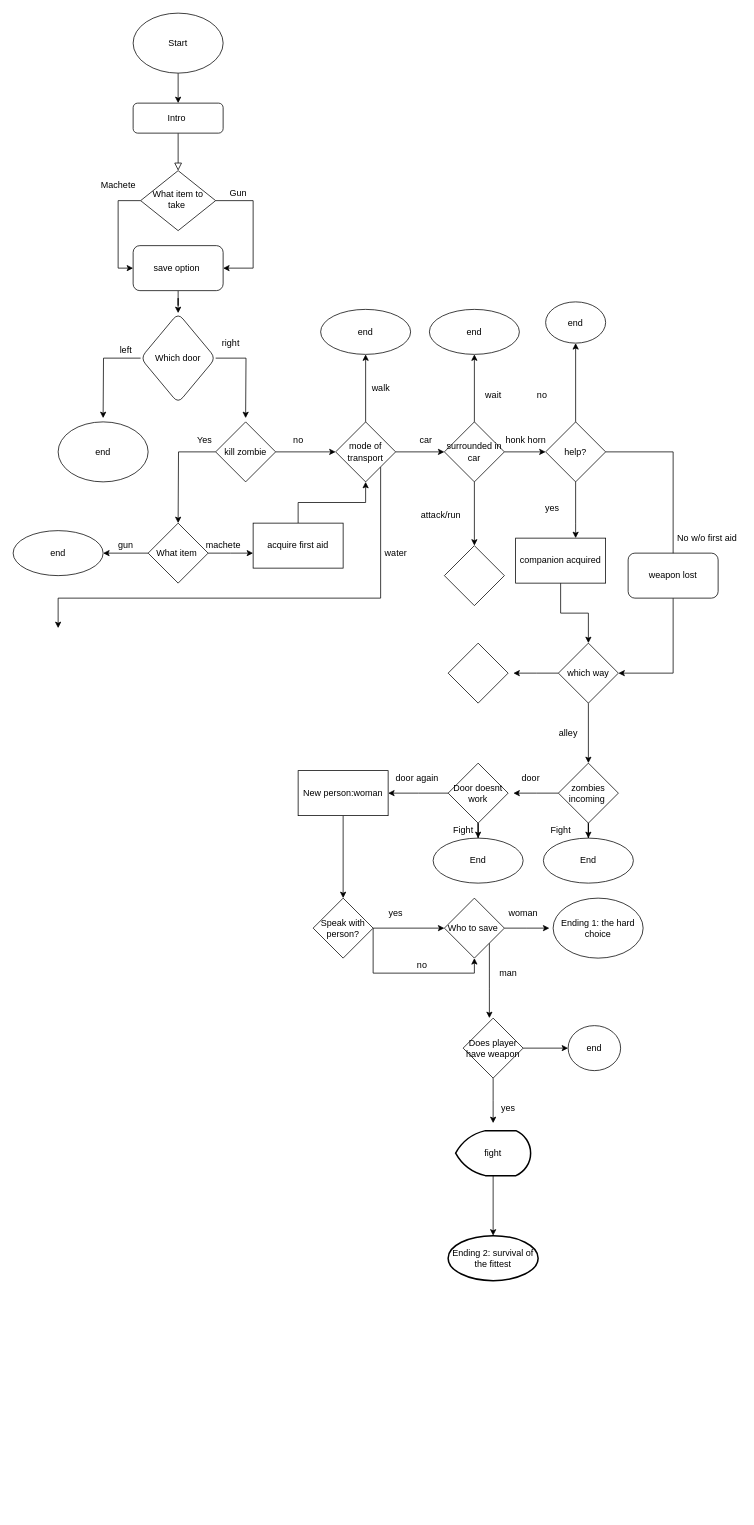
Earlier version of the draw.io diagram Untitled Diagram.drawio (Sam-Tomlinson/Zomboid). Source tidied: cells renumbered, new cells numbered last; positions are measured from the earlier drawing's top-left corner, leaving out a move shared by most shapes. Both pictures are drawn from the tidied source at 75%, with x=0, y=0 at pixel (13, 13).
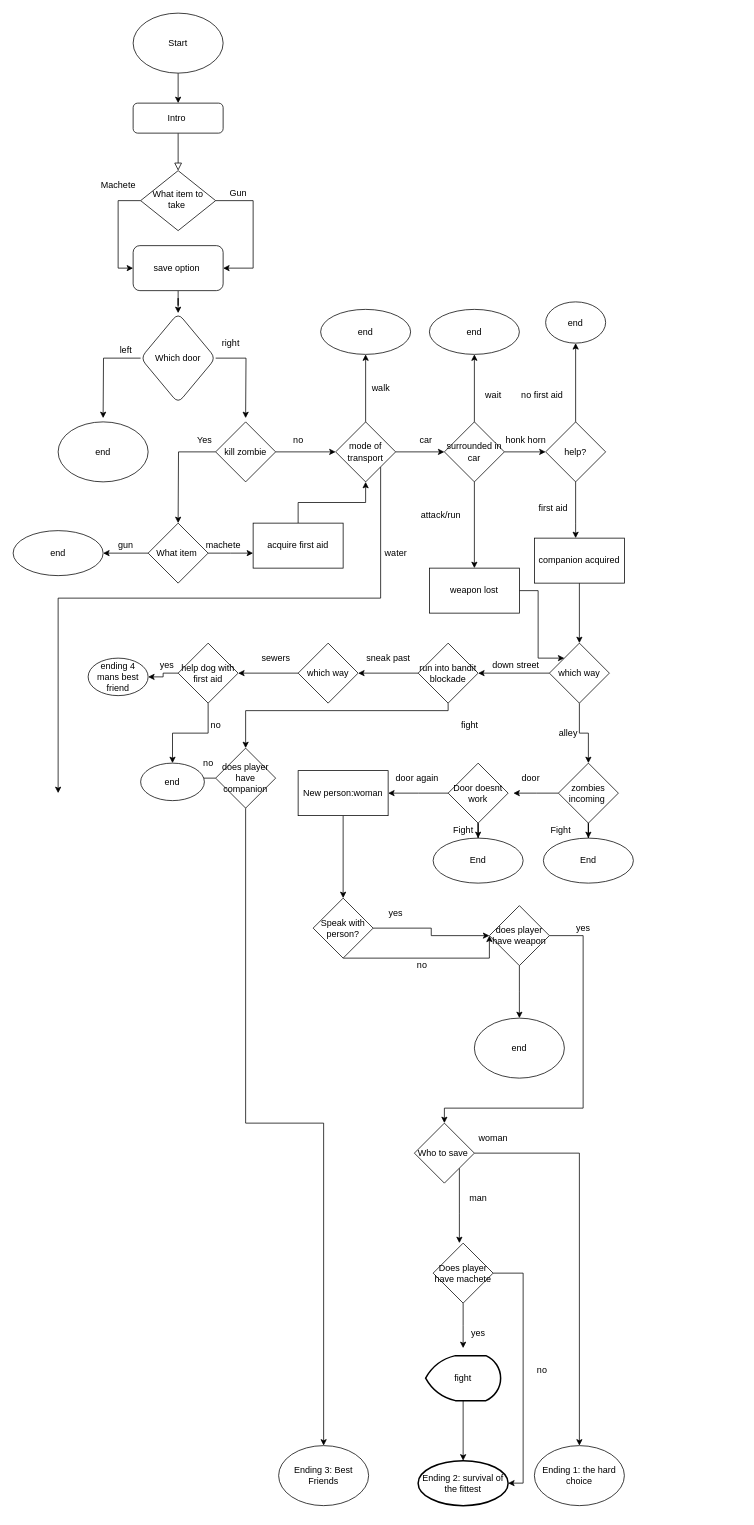
After the change.

Unchanged cells that the change refers to:
```xml
<mxCell id="25" value="mode of transport" style="rhombus;whiteSpace=wrap;html=1;" parent="1" vertex="1">
  <mxGeometry x="430" y="545" width="80" height="80" as="geometry" />
</mxCell>
<mxCell id="41" value="surrounded in car" style="rhombus;whiteSpace=wrap;html=1;" parent="1" vertex="1">
  <mxGeometry x="575" y="545" width="80" height="80" as="geometry" />
</mxCell>
<mxCell id="51" value="help?" style="rhombus;whiteSpace=wrap;html=1;" parent="1" vertex="1">
  <mxGeometry x="710" y="545" width="80" height="80" as="geometry" />
</mxCell>
<mxCell id="81" value="Speak with person?" style="rhombus;whiteSpace=wrap;html=1;rounded=0;" parent="1" vertex="1">
  <mxGeometry x="400" y="1180" width="80" height="80" as="geometry" />
</mxCell>
```

Change to the diagram source:
```diff
@@
     <mxCell id="24" style="edgeStyle=orthogonalEdgeStyle;rounded=0;jettySize=auto;html=1;exitX=1;exitY=1;exitDx=0;exitDy=0;" parent="1" edge="1" source="25">
       <mxGeometry relative="1" as="geometry">
-        <mxPoint x="60" y="820" as="targetPoint" />
+        <mxPoint x="60" y="1040" as="targetPoint" />
         <Array as="points">
           <mxPoint x="490" y="780" />
           <mxPoint x="60" y="780" />
         </Array>
       </mxGeometry>
     </mxCell>
@@
-    <mxCell id="39" style="edgeStyle=orthogonalEdgeStyle;rounded=0;jettySize=auto;html=1;" parent="1" edge="1" source="41" target="46">
+    <mxCell id="39" style="edgeStyle=orthogonalEdgeStyle;rounded=0;jettySize=auto;html=1;entryX=0.5;entryY=0;entryDx=0;entryDy=0;" parent="1" edge="1" source="41" target="78">
       <mxGeometry relative="1" as="geometry" />
     </mxCell>
@@
-    <mxCell id="46" style="rhombus;whiteSpace=wrap;html=1;" parent="1" vertex="1">
-      <mxGeometry x="575" y="710" width="80" height="80" as="geometry" />
-    </mxCell>
@@
-    <mxCell id="50" style="edgeStyle=orthogonalEdgeStyle;rounded=0;jettySize=auto;html=1;exitX=1;exitY=0.5;exitDx=0;exitDy=0;entryX=1;entryY=0.5;entryDx=0;entryDy=0;" parent="1" edge="1" source="51" target="60">
-      <mxGeometry relative="1" as="geometry">
-        <Array as="points">
-          <mxPoint x="880" y="585" />
-          <mxPoint x="880" y="880" />
-        </Array>
-      </mxGeometry>
-    </mxCell>
@@
-    <mxCell id="54" value="no" style="text;html=1;align=center;verticalAlign=middle;strokeColor=none;fillColor=none;" parent="1" vertex="1">
-      <mxGeometry x="690" y="500" width="30" height="20" as="geometry" />
+    <mxCell id="54" value="no first aid" style="text;html=1;align=center;verticalAlign=middle;strokeColor=none;fillColor=none;" parent="1" vertex="1">
+      <mxGeometry x="670" y="500" width="70" height="20" as="geometry" />
     </mxCell>
-    <mxCell id="55" value="yes&amp;nbsp;" style="text;html=1;align=center;verticalAlign=middle;strokeColor=none;fillColor=none;" parent="1" vertex="1">
-      <mxGeometry x="700" y="650" width="40" height="20" as="geometry" />
+    <mxCell id="55" value="first aid" style="text;html=1;align=center;verticalAlign=middle;strokeColor=none;fillColor=none;" parent="1" vertex="1">
+      <mxGeometry x="695" y="650" width="50" height="20" as="geometry" />
     </mxCell>
@@
     <mxCell id="57" value="companion acquired" style="rounded=0;whiteSpace=wrap;html=1;" parent="1" vertex="1">
-      <mxGeometry x="670" y="700" width="120" height="60" as="geometry" />
+      <mxGeometry x="695" y="700" width="120" height="60" as="geometry" />
     </mxCell>
-    <mxCell id="58" style="edgeStyle=orthogonalEdgeStyle;rounded=0;jettySize=auto;html=1;" parent="1" edge="1" source="60">
-      <mxGeometry relative="1" as="geometry">
-        <mxPoint x="667" y="880" as="targetPoint" />
-      </mxGeometry>
+    <mxCell id="58" style="edgeStyle=orthogonalEdgeStyle;rounded=0;jettySize=auto;html=1;" parent="1" edge="1" source="60" target="61">
+      <mxGeometry relative="1" as="geometry" />
     </mxCell>
@@
     <mxCell id="60" value="which way" style="rhombus;whiteSpace=wrap;html=1;rounded=0;" parent="1" vertex="1">
-      <mxGeometry x="727" y="840" width="80" height="80" as="geometry" />
+      <mxGeometry x="715" y="840" width="80" height="80" as="geometry" />
     </mxCell>
+    <mxCell id="98" style="edgeStyle=orthogonalEdgeStyle;rounded=0;jettySize=auto;html=1;" parent="1" edge="1" source="61" target="102">
+      <mxGeometry relative="1" as="geometry" />
+    </mxCell>
+    <mxCell id="99" style="edgeStyle=orthogonalEdgeStyle;rounded=0;jettySize=auto;html=1;" parent="1" edge="1" source="61" target="110">
+      <mxGeometry relative="1" as="geometry">
+        <Array as="points">
+          <mxPoint x="580" y="930" />
+          <mxPoint x="310" y="930" />
+        </Array>
+      </mxGeometry>
+    </mxCell>
-    <mxCell id="61" style="rhombus;whiteSpace=wrap;html=1;" parent="1" vertex="1">
-      <mxGeometry x="580" y="840" width="80" height="80" as="geometry" />
+    <mxCell id="61" value="run into bandit blockade" style="rhombus;whiteSpace=wrap;html=1;" parent="1" vertex="1">
+      <mxGeometry x="540" y="840" width="80" height="80" as="geometry" />
     </mxCell>
@@
-    <mxCell id="77" value="No w/o first aid" style="text;html=1;align=center;verticalAlign=middle;strokeColor=none;fillColor=none;" parent="1" vertex="1">
-      <mxGeometry x="880" y="690" width="90" height="20" as="geometry" />
-    </mxCell>
-    <mxCell id="78" value="weapon lost" style="rounded=1;whiteSpace=wrap;html=1;" parent="1" vertex="1">
-      <mxGeometry x="820" y="720" width="120" height="60" as="geometry" />
-    </mxCell>
-    <mxCell id="79" style="edgeStyle=orthogonalEdgeStyle;rounded=0;jettySize=auto;html=1;" parent="1" edge="1" source="81" target="84">
+    <mxCell id="79" style="edgeStyle=orthogonalEdgeStyle;rounded=0;jettySize=auto;html=1;" parent="1" edge="1" source="81" target="116">
       <mxGeometry relative="1" as="geometry" />
     </mxCell>
-    <mxCell id="80" style="edgeStyle=orthogonalEdgeStyle;rounded=0;jettySize=auto;html=1;entryX=0.5;entryY=1;entryDx=0;entryDy=0;" parent="1" edge="1" source="81" target="84">
+    <mxCell id="80" style="edgeStyle=orthogonalEdgeStyle;rounded=0;jettySize=auto;html=1;entryX=0;entryY=0.5;entryDx=0;entryDy=0;" parent="1" edge="1" source="81" target="116">
       <mxGeometry relative="1" as="geometry">
         <Array as="points">
-          <mxPoint x="480" y="1280" />
-          <mxPoint x="615" y="1280" />
+          <mxPoint x="635" y="1260" />
         </Array>
       </mxGeometry>
     </mxCell>
@@
-    <mxCell id="82" style="edgeStyle=orthogonalEdgeStyle;rounded=0;jettySize=auto;html=1;" parent="1" edge="1" source="84">
-      <mxGeometry relative="1" as="geometry">
-        <mxPoint x="715" y="1220" as="targetPoint" />
-      </mxGeometry>
+    <mxCell id="82" style="edgeStyle=orthogonalEdgeStyle;rounded=0;jettySize=auto;html=1;entryX=0.5;entryY=0;entryDx=0;entryDy=0;" parent="1" edge="1" source="84" target="89">
+      <mxGeometry relative="1" as="geometry" />
     </mxCell>
     <mxCell id="83" style="edgeStyle=orthogonalEdgeStyle;rounded=0;jettySize=auto;html=1;exitX=1;exitY=1;exitDx=0;exitDy=0;" parent="1" edge="1" source="84">
       <mxGeometry relative="1" as="geometry">
-        <mxPoint x="635" y="1340" as="targetPoint" />
+        <mxPoint x="595" y="1640" as="targetPoint" />
       </mxGeometry>
     </mxCell>
     <mxCell id="84" value="Who to save&amp;nbsp;" style="rhombus;whiteSpace=wrap;html=1;rounded=0;" parent="1" vertex="1">
-      <mxGeometry x="575" y="1180" width="80" height="80" as="geometry" />
+      <mxGeometry x="535" y="1480" width="80" height="80" as="geometry" />
     </mxCell>
@@
     <mxCell id="87" value="woman" style="text;html=1;align=center;verticalAlign=middle;strokeColor=none;fillColor=none;" parent="1" vertex="1">
-      <mxGeometry x="655" y="1190" width="50" height="20" as="geometry" />
+      <mxGeometry x="615" y="1490" width="50" height="20" as="geometry" />
     </mxCell>
     <mxCell id="88" value="man" style="text;html=1;align=center;verticalAlign=middle;strokeColor=none;fillColor=none;" parent="1" vertex="1">
-      <mxGeometry x="640" y="1270" width="40" height="20" as="geometry" />
+      <mxGeometry x="600" y="1570" width="40" height="20" as="geometry" />
     </mxCell>
     <mxCell id="89" value="Ending 1: the hard choice" style="ellipse;whiteSpace=wrap;html=1;" parent="1" vertex="1">
-      <mxGeometry x="720" y="1180" width="120" height="80" as="geometry" />
+      <mxGeometry x="695" y="1910" width="120" height="80" as="geometry" />
     </mxCell>
-    <mxCell id="90" style="edgeStyle=orthogonalEdgeStyle;rounded=0;jettySize=auto;html=1;" parent="1" edge="1" source="92" target="93">
-      <mxGeometry relative="1" as="geometry" />
+    <mxCell id="90" style="edgeStyle=orthogonalEdgeStyle;rounded=0;jettySize=auto;html=1;entryX=1;entryY=0.5;entryDx=0;entryDy=0;" parent="1" edge="1" source="92" target="97">
+      <mxGeometry relative="1" as="geometry">
+        <Array as="points">
+          <mxPoint x="680" y="1680" />
+          <mxPoint x="680" y="1960" />
+        </Array>
+      </mxGeometry>
     </mxCell>
     <mxCell id="91" style="edgeStyle=orthogonalEdgeStyle;rounded=0;jettySize=auto;html=1;" parent="1" edge="1" source="92">
       <mxGeometry relative="1" as="geometry">
-        <mxPoint x="640" y="1480" as="targetPoint" />
+        <mxPoint x="600" y="1780" as="targetPoint" />
       </mxGeometry>
     </mxCell>
-    <mxCell id="92" value="Does player have weapon" style="rhombus;whiteSpace=wrap;html=1;" parent="1" vertex="1">
-      <mxGeometry x="600" y="1340" width="80" height="80" as="geometry" />
+    <mxCell id="92" value="Does player have machete" style="rhombus;whiteSpace=wrap;html=1;" parent="1" vertex="1">
+      <mxGeometry x="560" y="1640" width="80" height="80" as="geometry" />
     </mxCell>
-    <mxCell id="93" value="end" style="ellipse;whiteSpace=wrap;html=1;" parent="1" vertex="1">
-      <mxGeometry x="740" y="1350" width="70" height="60" as="geometry" />
-    </mxCell>
     <mxCell id="94" value="yes" style="text;html=1;align=center;verticalAlign=middle;strokeColor=none;fillColor=none;" parent="1" vertex="1">
-      <mxGeometry x="645" y="1450" width="30" height="20" as="geometry" />
+      <mxGeometry x="605" y="1750" width="30" height="20" as="geometry" />
     </mxCell>
@@
     <mxCell id="96" value="fight" style="strokeWidth=2;html=1;shape=mxgraph.flowchart.display;whiteSpace=wrap;" parent="1" vertex="1">
-      <mxGeometry x="590" y="1490" width="100" height="60" as="geometry" />
+      <mxGeometry x="550" y="1790" width="100" height="60" as="geometry" />
     </mxCell>
     <mxCell id="97" value="Ending 2: survival of the fittest" style="ellipse;whiteSpace=wrap;html=1;strokeWidth=2;" parent="1" vertex="1">
-      <mxGeometry x="580" y="1630" width="120" height="60" as="geometry" />
+      <mxGeometry x="540" y="1930" width="120" height="60" as="geometry" />
     </mxCell>
+    <mxCell id="100" value="down street" style="text;html=1;align=center;verticalAlign=middle;strokeColor=none;fillColor=none;" parent="1" vertex="1">
+      <mxGeometry x="630" y="860" width="80" height="20" as="geometry" />
+    </mxCell>
+    <mxCell id="101" style="edgeStyle=orthogonalEdgeStyle;rounded=0;jettySize=auto;html=1;" parent="1" edge="1" source="102" target="106">
+      <mxGeometry relative="1" as="geometry" />
+    </mxCell>
+    <mxCell id="102" value="which way" style="rhombus;whiteSpace=wrap;html=1;" parent="1" vertex="1">
+      <mxGeometry x="380" y="840" width="80" height="80" as="geometry" />
+    </mxCell>
+    <mxCell id="103" value="sneak past" style="text;html=1;align=center;verticalAlign=middle;strokeColor=none;fillColor=none;" parent="1" vertex="1">
+      <mxGeometry x="465" y="850" width="70" height="20" as="geometry" />
+    </mxCell>
+    <mxCell id="104" style="edgeStyle=orthogonalEdgeStyle;rounded=0;jettySize=auto;html=1;entryX=0.5;entryY=0;entryDx=0;entryDy=0;" parent="1" edge="1" source="106" target="119">
+      <mxGeometry relative="1" as="geometry" />
+    </mxCell>
+    <mxCell id="105" style="edgeStyle=orthogonalEdgeStyle;rounded=0;jettySize=auto;html=1;" parent="1" edge="1" source="106" target="123">
+      <mxGeometry relative="1" as="geometry" />
+    </mxCell>
+    <mxCell id="106" value="help dog with first aid" style="rhombus;whiteSpace=wrap;html=1;" parent="1" vertex="1">
+      <mxGeometry x="220" y="840" width="80" height="80" as="geometry" />
+    </mxCell>
+    <mxCell id="107" value="sewers" style="text;html=1;align=center;verticalAlign=middle;strokeColor=none;fillColor=none;" parent="1" vertex="1">
+      <mxGeometry x="325" y="850" width="50" height="20" as="geometry" />
+    </mxCell>
+    <mxCell id="108" style="edgeStyle=orthogonalEdgeStyle;rounded=0;jettySize=auto;html=1;" parent="1" edge="1" source="110" target="119">
+      <mxGeometry relative="1" as="geometry" />
+    </mxCell>
+    <mxCell id="109" style="edgeStyle=orthogonalEdgeStyle;rounded=0;jettySize=auto;html=1;entryX=0.5;entryY=0;entryDx=0;entryDy=0;" parent="1" edge="1" source="110" target="121">
+      <mxGeometry relative="1" as="geometry">
+        <Array as="points">
+          <mxPoint x="310" y="1480" />
+          <mxPoint x="414" y="1480" />
+        </Array>
+      </mxGeometry>
+    </mxCell>
+    <mxCell id="110" value="does player have companion" style="rhombus;whiteSpace=wrap;html=1;" parent="1" vertex="1">
+      <mxGeometry x="270" y="980" width="80" height="80" as="geometry" />
+    </mxCell>
+    <mxCell id="111" value="fight&amp;nbsp;" style="text;html=1;align=center;verticalAlign=middle;strokeColor=none;fillColor=none;" parent="1" vertex="1">
+      <mxGeometry x="590" y="940" width="40" height="20" as="geometry" />
+    </mxCell>
+    <mxCell id="112" style="edgeStyle=orthogonalEdgeStyle;rounded=0;jettySize=auto;html=1;entryX=0;entryY=0;entryDx=0;entryDy=0;" parent="1" edge="1" source="78" target="60">
+      <mxGeometry relative="1" as="geometry">
+        <Array as="points">
+          <mxPoint x="700" y="770" />
+          <mxPoint x="700" y="860" />
+        </Array>
+      </mxGeometry>
+    </mxCell>
+    <mxCell id="78" value="weapon lost" style="whiteSpace=wrap;html=1;" parent="1" vertex="1">
+      <mxGeometry x="555" y="740" width="120" height="60" as="geometry" />
+    </mxCell>
+    <mxCell id="113" value="no" style="text;html=1;align=center;verticalAlign=middle;strokeColor=none;fillColor=none;" parent="1" vertex="1">
+      <mxGeometry x="690" y="1800" width="30" height="20" as="geometry" />
+    </mxCell>
+    <mxCell id="114" style="edgeStyle=orthogonalEdgeStyle;rounded=0;jettySize=auto;html=1;entryX=0.5;entryY=0;entryDx=0;entryDy=0;" parent="1" edge="1" source="116" target="84">
+      <mxGeometry relative="1" as="geometry">
+        <Array as="points">
+          <mxPoint x="760" y="1230" />
+          <mxPoint x="760" y="1460" />
+          <mxPoint x="575" y="1460" />
+        </Array>
+      </mxGeometry>
+    </mxCell>
+    <mxCell id="115" style="edgeStyle=orthogonalEdgeStyle;rounded=0;jettySize=auto;html=1;" parent="1" edge="1" source="116">
+      <mxGeometry relative="1" as="geometry">
+        <mxPoint x="675" y="1340" as="targetPoint" />
+      </mxGeometry>
+    </mxCell>
+    <mxCell id="116" value="does player have weapon" style="rhombus;whiteSpace=wrap;html=1;" parent="1" vertex="1">
+      <mxGeometry x="635" y="1190" width="80" height="80" as="geometry" />
+    </mxCell>
+    <mxCell id="117" value="yes" style="text;html=1;align=center;verticalAlign=middle;strokeColor=none;fillColor=none;" parent="1" vertex="1">
+      <mxGeometry x="745" y="1210" width="30" height="20" as="geometry" />
+    </mxCell>
+    <mxCell id="118" value="end" style="ellipse;whiteSpace=wrap;html=1;" parent="1" vertex="1">
+      <mxGeometry x="615" y="1340" width="120" height="80" as="geometry" />
+    </mxCell>
+    <mxCell id="119" value="end" style="ellipse;whiteSpace=wrap;html=1;" parent="1" vertex="1">
+      <mxGeometry x="170" y="1000" width="85" height="50" as="geometry" />
+    </mxCell>
+    <mxCell id="120" value="no" style="text;html=1;align=center;verticalAlign=middle;strokeColor=none;fillColor=none;" parent="1" vertex="1">
+      <mxGeometry x="245" y="990" width="30" height="20" as="geometry" />
+    </mxCell>
+    <mxCell id="121" value="Ending 3: Best Friends" style="ellipse;whiteSpace=wrap;html=1;" parent="1" vertex="1">
+      <mxGeometry x="354" y="1910" width="120" height="80" as="geometry" />
+    </mxCell>
+    <mxCell id="122" value="no" style="text;html=1;align=center;verticalAlign=middle;strokeColor=none;fillColor=none;" parent="1" vertex="1">
+      <mxGeometry x="255" y="940" width="30" height="20" as="geometry" />
+    </mxCell>
+    <mxCell id="123" value="ending 4 mans best friend" style="ellipse;whiteSpace=wrap;html=1;" parent="1" vertex="1">
+      <mxGeometry x="100" y="860" width="80" height="50" as="geometry" />
+    </mxCell>
+    <mxCell id="124" value="yes" style="text;html=1;align=center;verticalAlign=middle;strokeColor=none;fillColor=none;" parent="1" vertex="1">
+      <mxGeometry x="190" y="860" width="30" height="20" as="geometry" />
+    </mxCell>
+    <mxCell id="125" style="edgeStyle=orthogonalEdgeStyle;rounded=0;orthogonalLoop=1;jettySize=auto;html=1;exitX=0.5;exitY=1;exitDx=0;exitDy=0;" parent="1" edge="1" source="121" target="121">
+      <mxGeometry relative="1" as="geometry" />
+    </mxCell>
```
